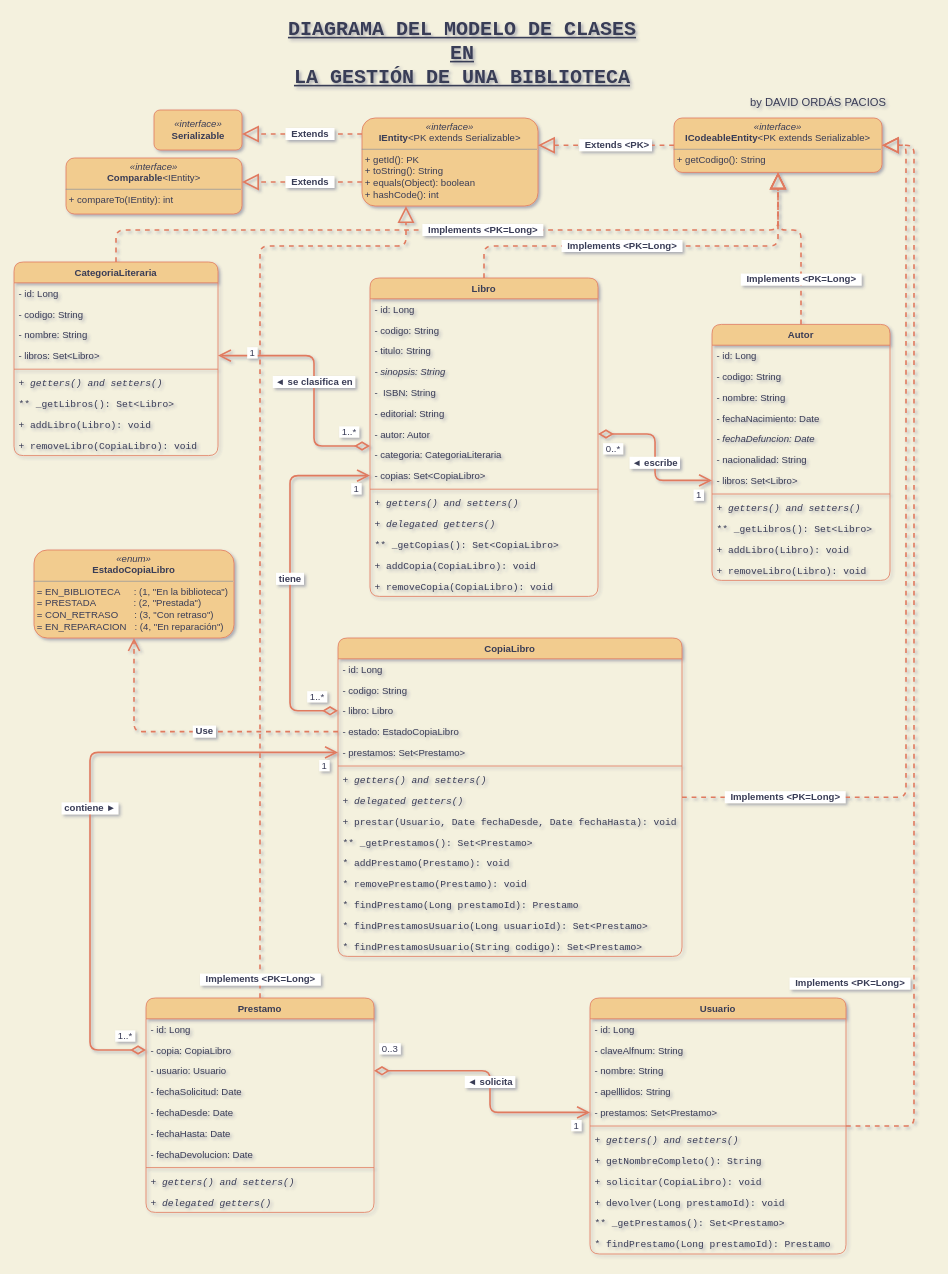
Above: page "Diagrama de clases" (3 of 3) of diagrams/gestbiblio.drawio in davorpa/gestbiblio-jpa-hibernate-console (draw.io), before the change. Source tidied: cells renumbered, new cells numbered last; positions are measured from the earlier drawing's top-left corner, leaving out a move shared by most shapes. Both pictures are drawn from the tidied source at 80%, with x=0, y=0 at pixel (14, 14).
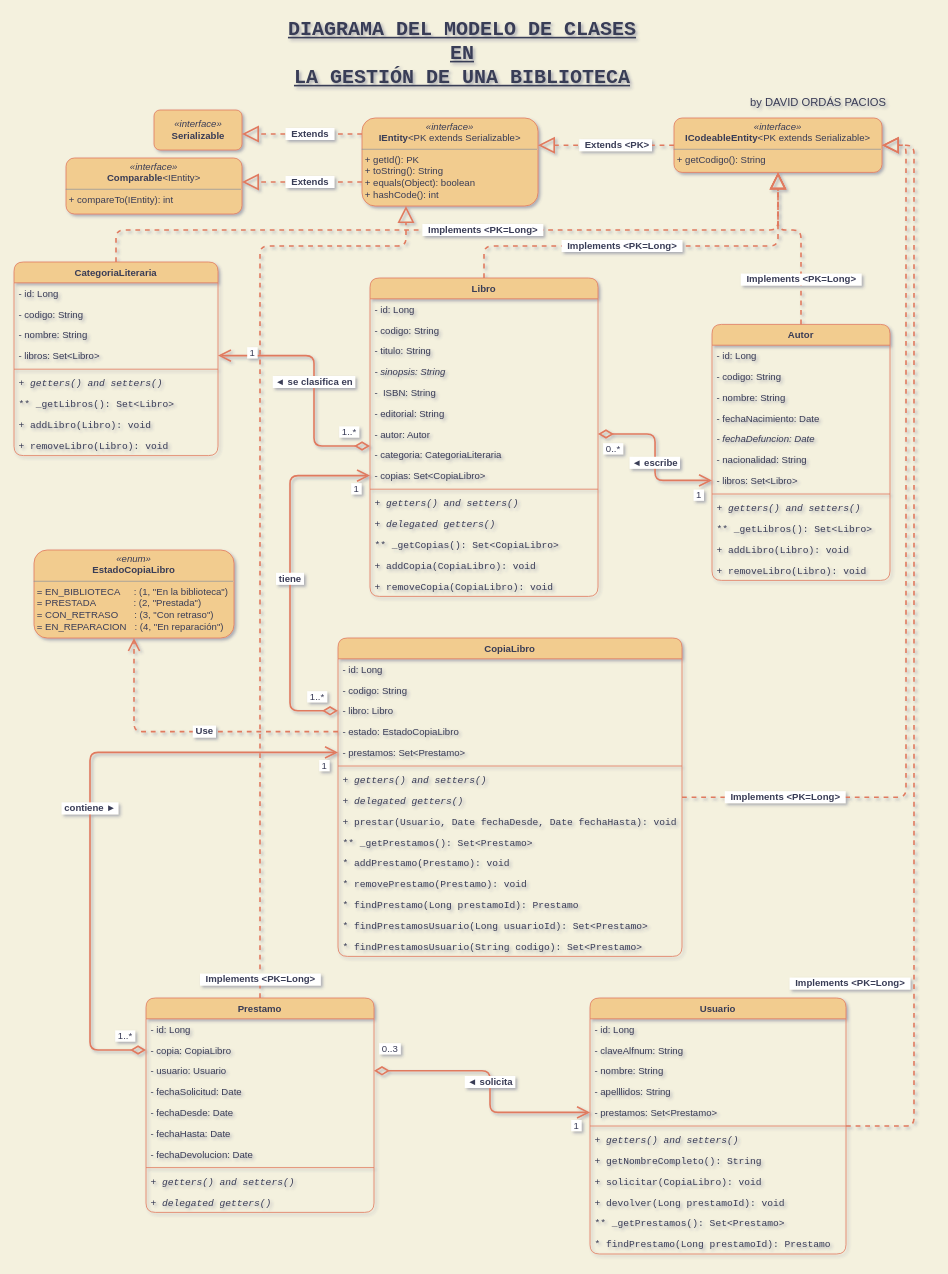
The same diagram, later.

Commit message (it also covers changes not shown here):
fix CategoriaLiteraria: `CopiaLibro` a `Libro` text

The change refers to these unchanged cells:
```xml
<mxCell id="27" value="CategoriaLiteraria" style="swimlane;fontStyle=1;align=center;verticalAlign=top;horizontal=1;startSize=26;rounded=1;fontSize=12;fontColor=#393C56;strokeColor=#E07A5F;fillColor=#F2CC8F;" parent="1" vertex="1">
  <mxGeometry y="310" width="255" height="242" as="geometry" />
</mxCell>
```

Diff of the diagram source:
```diff
@@
-    <mxCell id="36" value="+ removeLibro(CopiaLibro): void" style="text;strokeColor=none;fillColor=none;align=left;verticalAlign=top;spacingLeft=4;spacingRight=4;overflow=hidden;rounded=1;fontSize=12;fontColor=#393C56;sketch=0;shadow=0;glass=0;fontStyle=0;fontFamily=Courier New;" parent="27" vertex="1">
+    <mxCell id="36" value="+ removeLibro(Libro): void" style="text;strokeColor=none;fillColor=none;align=left;verticalAlign=top;spacingLeft=4;spacingRight=4;overflow=hidden;rounded=1;fontSize=12;fontColor=#393C56;sketch=0;shadow=0;glass=0;fontStyle=0;fontFamily=Courier New;" parent="27" vertex="1">
       <mxGeometry y="216" width="255" height="26" as="geometry" />
     </mxCell>
```
